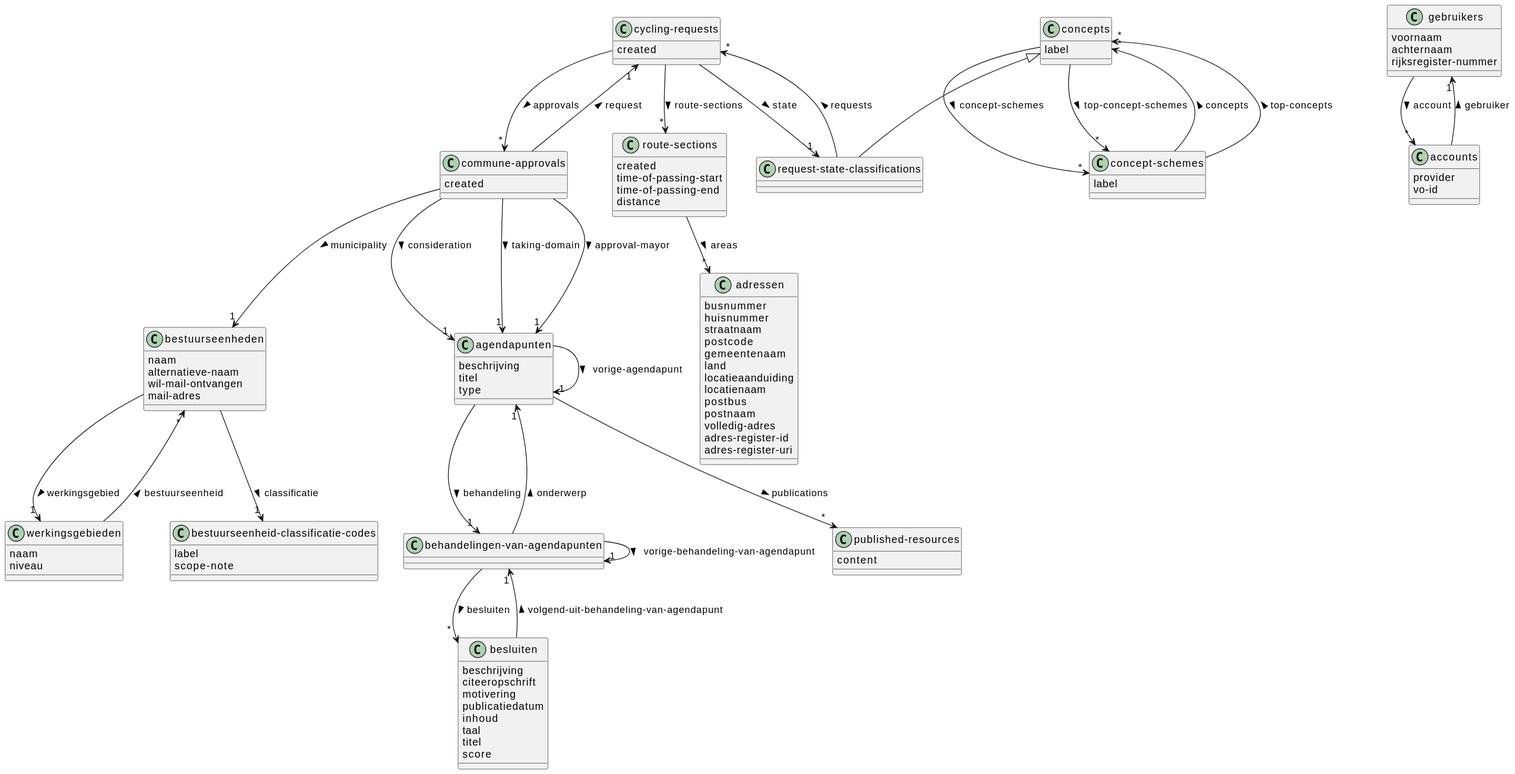
Earlier version of the PlantUML export doc/jsonapi-domain.svg (lblod/app-cycling-requests-group-10).
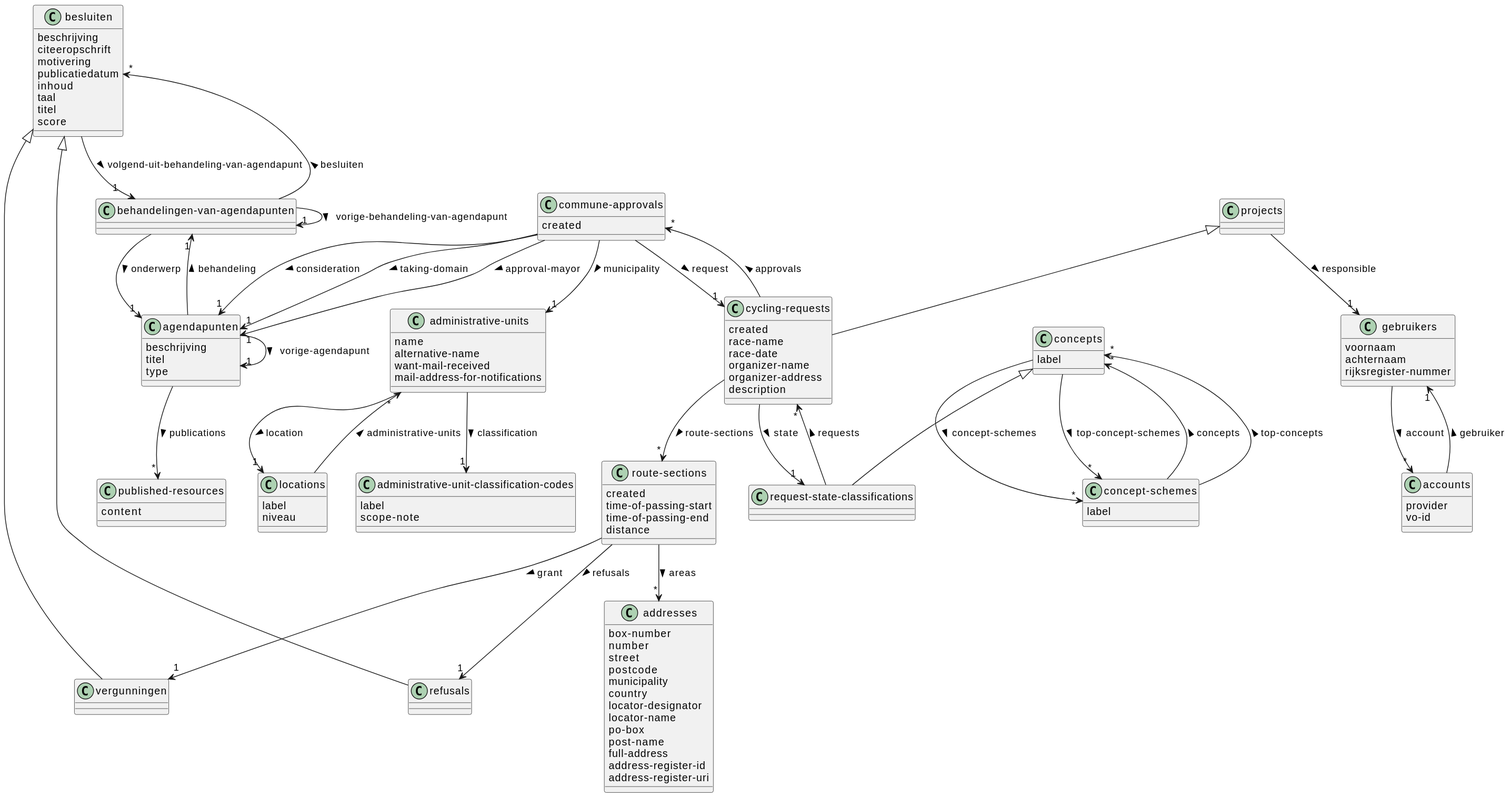
Above is the later version.

Change to the diagram source:
```diff
@@ -5,11 +5,20 @@
 "route-sections" : time-of-passing-start
 "route-sections" : time-of-passing-end
 "route-sections" : distance
-"route-sections" --> "*" "adressen" : areas >
-class "werkingsgebieden"
-"werkingsgebieden" : naam
-"werkingsgebieden" : niveau
-"werkingsgebieden" --> "*" "bestuurseenheden" : bestuurseenheid >
+"route-sections" --> "1" "vergunningen" : grant >
+"route-sections" --> "1" "refusals" : refusals >
+"route-sections" --> "*" "addresses" : areas >
+class "administrative-units"
+"administrative-units" : name
+"administrative-units" : alternative-name
+"administrative-units" : want-mail-received
+"administrative-units" : mail-address-for-notifications
+"administrative-units" --> "1" "locations" : location >
+"administrative-units" --> "1" "administrative-unit-classification-codes" : classification >
+class "projects"
+"projects" --> "1" "gebruikers" : responsible >
+class "vergunningen"
+"besluiten" <|-- "vergunningen"
 class "gebruikers"
 "gebruikers" : voornaam
 "gebruikers" : achternaam
@@ -21,25 +30,13 @@
 "concepts" --> "*" "concept-schemes" : top-concept-schemes >
 class "commune-approvals"
 "commune-approvals" : created
-"commune-approvals" --> "1" "bestuurseenheden" : municipality >
+"commune-approvals" --> "1" "administrative-units" : municipality >
 "commune-approvals" --> "1" "cycling-requests" : request >
 "commune-approvals" --> "1" "agendapunten" : consideration >
 "commune-approvals" --> "1" "agendapunten" : taking-domain >
 "commune-approvals" --> "1" "agendapunten" : approval-mayor >
-class "adressen"
-"adressen" : busnummer
-"adressen" : huisnummer
-"adressen" : straatnaam
-"adressen" : postcode
-"adressen" : gemeentenaam
-"adressen" : land
-"adressen" : locatieaanduiding
-"adressen" : locatienaam
-"adressen" : postbus
-"adressen" : postnaam
-"adressen" : volledig-adres
-"adressen" : adres-register-id
-"adressen" : adres-register-uri
+class "refusals"
+"besluiten" <|-- "refusals"
 class "agendapunten"
 "agendapunten" : beschrijving
 "agendapunten" : titel
@@ -72,21 +69,38 @@
 "published-resources" : content
 class "cycling-requests"
 "cycling-requests" : created
+"cycling-requests" : race-name
+"cycling-requests" : race-date
+"cycling-requests" : organizer-name
+"cycling-requests" : organizer-address
+"cycling-requests" : description
 "cycling-requests" --> "1" "request-state-classifications" : state >
 "cycling-requests" --> "*" "route-sections" : route-sections >
 "cycling-requests" --> "*" "commune-approvals" : approvals >
-class "bestuurseenheden"
-"bestuurseenheden" : naam
-"bestuurseenheden" : alternatieve-naam
-"bestuurseenheden" : wil-mail-ontvangen
-"bestuurseenheden" : mail-adres
-"bestuurseenheden" --> "1" "werkingsgebieden" : werkingsgebied >
-"bestuurseenheden" --> "1" "bestuurseenheid-classificatie-codes" : classificatie >
+"projects" <|-- "cycling-requests"
+class "addresses"
+"addresses" : box-number
+"addresses" : number
+"addresses" : street
+"addresses" : postcode
+"addresses" : municipality
+"addresses" : country
+"addresses" : locator-designator
+"addresses" : locator-name
+"addresses" : po-box
+"addresses" : post-name
+"addresses" : full-address
+"addresses" : address-register-id
+"addresses" : address-register-uri
+class "locations"
+"locations" : label
+"locations" : niveau
+"locations" --> "*" "administrative-units" : administrative-units >
 class "concept-schemes"
 "concept-schemes" : label
 "concept-schemes" --> "*" "concepts" : concepts >
 "concept-schemes" --> "*" "concepts" : top-concepts >
-class "bestuurseenheid-classificatie-codes"
-"bestuurseenheid-classificatie-codes" : label
-"bestuurseenheid-classificatie-codes" : scope-note
+class "administrative-unit-classification-codes"
+"administrative-unit-classification-codes" : label
+"administrative-unit-classification-codes" : scope-note
 @enduml
```
